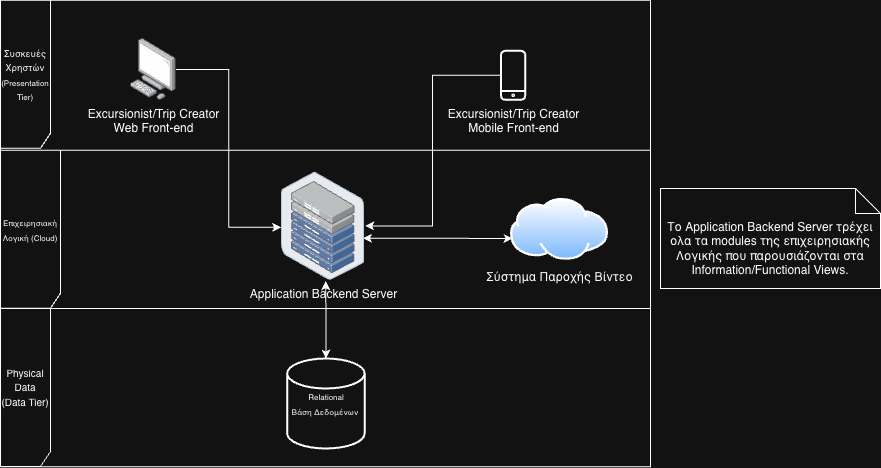
The draw.io diagram diagrams/Architecture/DeploymentView.png in SpyrosSiachamis/Travel-Platform-Project, before a commit. Source tidied: cells renumbered, new cells last; positions are measured from the earlier drawing's top-left corner, leaving out a move shared by most shapes. Its diagram source:
```xml
<mxGraphModel>
  <root>
    <mxCell id="0" />
    <mxCell id="1" parent="0" />
    <mxCell id="2" value="&lt;div&gt;&lt;font style=&quot;font-size: 8px;&quot;&gt;Επιχειρησιακή Λογική (Cloud)&lt;/font&gt;&lt;/div&gt;" style="shape=umlFrame;whiteSpace=wrap;html=1;width=60;height=158;" parent="1" vertex="1">
      <mxGeometry y="149.8" width="650" height="158.2" as="geometry" />
    </mxCell>
    <mxCell id="3" style="edgeStyle=orthogonalEdgeStyle;rounded=0;jettySize=auto;html=1;startArrow=classic;startFill=1;exitX=0.979;exitY=0.612;exitDx=0;exitDy=0;exitPerimeter=0;" parent="2" edge="1" source="4">
      <mxGeometry relative="1" as="geometry">
        <mxPoint x="512.1" y="88.2" as="targetPoint" />
      </mxGeometry>
    </mxCell>
    <mxCell id="4" value="Application Backend Server" style="image;points=[];html=1;align=center;shadow=0;dashed=0;image=img/lib/allied_telesis/storage/Datacenter_Server_Half_Rack_ToR.svg;" parent="2" vertex="1">
      <mxGeometry x="280.9" y="21.8" width="83.3" height="108.2" as="geometry" />
    </mxCell>
    <mxCell id="5" value="Σύστημα Παροχής Βίντεο" style="image;perimeter=ellipsePerimeter;html=1;align=center;shadow=0;dashed=0;spacingTop=3;image=img/lib/active_directory/internet_cloud.svg;" parent="2" vertex="1">
      <mxGeometry x="510" y="48.2" width="98.1" height="61.8" as="geometry" />
    </mxCell>
    <mxCell id="6" value="&lt;font style=&quot;font-size: 9px;&quot;&gt;Συσκευές Χρηστών&lt;/font&gt;&lt;div&gt;&lt;font style=&quot;font-size: 8px;&quot;&gt;(Presentation Tier)&lt;/font&gt;&lt;/div&gt;" style="shape=umlFrame;whiteSpace=wrap;html=1;width=50;height=148;" parent="1" vertex="1">
      <mxGeometry y="-0.2" width="650" height="150" as="geometry" />
    </mxCell>
    <mxCell id="7" value="Excursionist/Trip Creator&lt;div&gt;Web Front-end&lt;/div&gt;" style="image;points=[];html=1;align=center;shadow=0;dashed=0;image=img/lib/allied_telesis/computer_and_terminals/Personal_Computer.svg;" parent="6" vertex="1">
      <mxGeometry x="130" y="38.2" width="45.6" height="61.8" as="geometry" />
    </mxCell>
    <mxCell id="8" value="&lt;span style=&quot;background-color: rgb(18, 18, 18);&quot;&gt;Excursionist/Trip Creator&lt;/span&gt;&lt;div&gt;Mobile Front-end&lt;/div&gt;" style="sketch=0;verticalLabelPosition=bottom;sketch=0;html=1;verticalAlign=top;strokeColor=#FFFFFF;fillColor=#f5f5f5;align=center;outlineConnect=0;shape=mxgraph.citrix2.mobile;gradientColor=#b3b3b3;" parent="6" vertex="1">
      <mxGeometry x="500" y="50" width="25.3" height="50" as="geometry" />
    </mxCell>
    <mxCell id="9" style="edgeStyle=orthogonalEdgeStyle;rounded=0;jettySize=auto;html=1;entryX=-0.002;entryY=0.51;entryDx=0;entryDy=0;entryPerimeter=0;" parent="1" edge="1" source="7" target="4">
      <mxGeometry relative="1" as="geometry" />
    </mxCell>
    <mxCell id="10" style="edgeStyle=orthogonalEdgeStyle;rounded=0;jettySize=auto;html=1;entryX=1.006;entryY=0.498;entryDx=0;entryDy=0;entryPerimeter=0;" parent="1" edge="1" source="8" target="4">
      <mxGeometry relative="1" as="geometry" />
    </mxCell>
    <mxCell id="11" value="&lt;font size=&quot;1&quot;&gt;Physical Data&lt;/font&gt;&lt;div&gt;&lt;font size=&quot;1&quot;&gt;(Data Tier)&lt;/font&gt;&lt;/div&gt;" style="shape=umlFrame;whiteSpace=wrap;html=1;width=50;height=158;" parent="1" vertex="1">
      <mxGeometry y="308" width="650" height="158.2" as="geometry" />
    </mxCell>
    <mxCell id="12" value="&lt;font style=&quot;font-size: 8px;&quot;&gt;&lt;span style=&quot;background-color: transparent; color: light-dark(rgb(0, 0, 0), rgb(255, 255, 255));&quot;&gt;Relational&lt;/span&gt;&lt;br&gt;&lt;span style=&quot;background-color: transparent; color: light-dark(rgb(0, 0, 0), rgb(255, 255, 255));&quot;&gt;Βάση &lt;/span&gt;&lt;span style=&quot;background-color: transparent; color: light-dark(rgb(0, 0, 0), rgb(255, 255, 255));&quot;&gt;Δεδομένων&amp;nbsp;&lt;/span&gt;&lt;/font&gt;" style="strokeWidth=2;html=1;shape=mxgraph.flowchart.database;whiteSpace=wrap;align=center;" parent="11" vertex="1">
      <mxGeometry x="286.7" y="50" width="77.5" height="90" as="geometry" />
    </mxCell>
    <mxCell id="13" style="edgeStyle=orthogonalEdgeStyle;rounded=0;jettySize=auto;html=1;entryX=0.533;entryY=1.008;entryDx=0;entryDy=0;entryPerimeter=0;startArrow=classic;startFill=1;" parent="1" edge="1" source="12" target="4">
      <mxGeometry relative="1" as="geometry" />
    </mxCell>
    <mxCell id="14" value="Το Application Backend Server τρέχει ολα τα modules της επιχειρησιακής Λογικής που παρουσιάζονται στα Information/Functional Views." style="shape=note2;boundedLbl=1;whiteSpace=wrap;html=1;size=25;verticalAlign=top;align=center;" parent="1" vertex="1">
      <mxGeometry x="660" y="188" width="220" height="100" as="geometry" />
    </mxCell>
  </root>
</mxGraphModel>
```
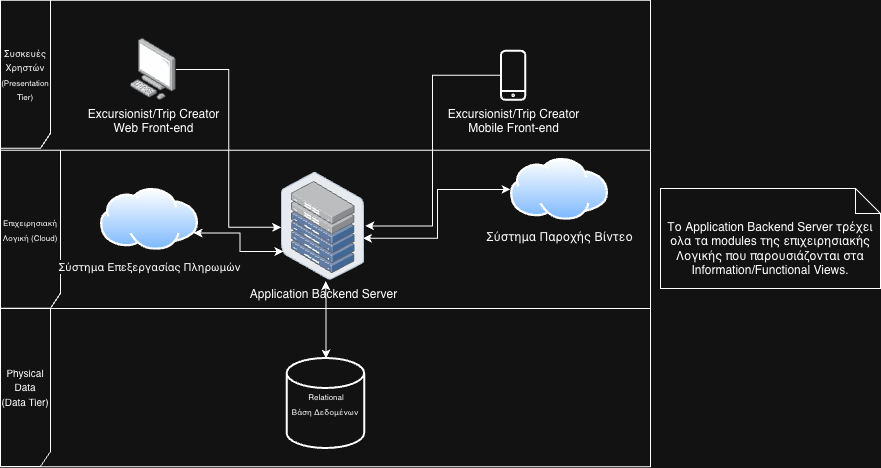
The same diagram one commit later.

Change to the diagram source:
```diff
@@ -5,43 +5,47 @@
     <mxCell id="2" value="&lt;div&gt;&lt;font style=&quot;font-size: 8px;&quot;&gt;Επιχειρησιακή Λογική (Cloud)&lt;/font&gt;&lt;/div&gt;" style="shape=umlFrame;whiteSpace=wrap;html=1;width=60;height=158;" parent="1" vertex="1">
       <mxGeometry y="149.8" width="650" height="158.2" as="geometry" />
     </mxCell>
-    <mxCell id="3" style="edgeStyle=orthogonalEdgeStyle;rounded=0;jettySize=auto;html=1;startArrow=classic;startFill=1;exitX=0.979;exitY=0.612;exitDx=0;exitDy=0;exitPerimeter=0;" parent="2" edge="1" source="4">
-      <mxGeometry relative="1" as="geometry">
-        <mxPoint x="512.1" y="88.2" as="targetPoint" />
-      </mxGeometry>
+    <mxCell id="3" style="edgeStyle=orthogonalEdgeStyle;rounded=0;jettySize=auto;html=1;startArrow=classic;startFill=1;exitX=0.979;exitY=0.612;exitDx=0;exitDy=0;exitPerimeter=0;entryX=0;entryY=0.5;entryDx=0;entryDy=0;" parent="2" edge="1" source="4" target="5">
+      <mxGeometry relative="1" as="geometry" />
     </mxCell>
     <mxCell id="4" value="Application Backend Server" style="image;points=[];html=1;align=center;shadow=0;dashed=0;image=img/lib/allied_telesis/storage/Datacenter_Server_Half_Rack_ToR.svg;" parent="2" vertex="1">
       <mxGeometry x="280.9" y="21.8" width="83.3" height="108.2" as="geometry" />
     </mxCell>
     <mxCell id="5" value="Σύστημα Παροχής Βίντεο" style="image;perimeter=ellipsePerimeter;html=1;align=center;shadow=0;dashed=0;spacingTop=3;image=img/lib/active_directory/internet_cloud.svg;" parent="2" vertex="1">
-      <mxGeometry x="510" y="48.2" width="98.1" height="61.8" as="geometry" />
+      <mxGeometry x="510" y="8.2" width="98.1" height="61.8" as="geometry" />
     </mxCell>
-    <mxCell id="6" value="&lt;font style=&quot;font-size: 9px;&quot;&gt;Συσκευές Χρηστών&lt;/font&gt;&lt;div&gt;&lt;font style=&quot;font-size: 8px;&quot;&gt;(Presentation Tier)&lt;/font&gt;&lt;/div&gt;" style="shape=umlFrame;whiteSpace=wrap;html=1;width=50;height=148;" parent="1" vertex="1">
-      <mxGeometry y="-0.2" width="650" height="150" as="geometry" />
+    <mxCell id="6" value="&lt;font style=&quot;font-size: 11px;&quot;&gt;Σύστημα Επεξεργασίας Πληρωμών&lt;/font&gt;" style="image;perimeter=ellipsePerimeter;html=1;align=center;shadow=0;dashed=0;spacingTop=3;image=img/lib/active_directory/internet_cloud.svg;" parent="2" vertex="1">
+      <mxGeometry x="100" y="38.2" width="98.1" height="61.8" as="geometry" />
     </mxCell>
-    <mxCell id="7" value="Excursionist/Trip Creator&lt;div&gt;Web Front-end&lt;/div&gt;" style="image;points=[];html=1;align=center;shadow=0;dashed=0;image=img/lib/allied_telesis/computer_and_terminals/Personal_Computer.svg;" parent="6" vertex="1">
-      <mxGeometry x="130" y="38.2" width="45.6" height="61.8" as="geometry" />
+    <mxCell id="7" style="edgeStyle=orthogonalEdgeStyle;rounded=0;jettySize=auto;html=1;exitX=1;exitY=0.75;exitDx=0;exitDy=0;entryX=0.025;entryY=0.734;entryDx=0;entryDy=0;entryPerimeter=0;startArrow=classic;startFill=1;" parent="2" edge="1" source="6" target="4">
+      <mxGeometry relative="1" as="geometry" />
     </mxCell>
-    <mxCell id="8" value="&lt;span style=&quot;background-color: rgb(18, 18, 18);&quot;&gt;Excursionist/Trip Creator&lt;/span&gt;&lt;div&gt;Mobile Front-end&lt;/div&gt;" style="sketch=0;verticalLabelPosition=bottom;sketch=0;html=1;verticalAlign=top;strokeColor=#FFFFFF;fillColor=#f5f5f5;align=center;outlineConnect=0;shape=mxgraph.citrix2.mobile;gradientColor=#b3b3b3;" parent="6" vertex="1">
-      <mxGeometry x="500" y="50" width="25.3" height="50" as="geometry" />
+    <mxCell id="8" value="&lt;font style=&quot;font-size: 9px;&quot;&gt;Συσκευές Χρηστών&lt;/font&gt;&lt;div&gt;&lt;font style=&quot;font-size: 8px;&quot;&gt;(Presentation Tier)&lt;/font&gt;&lt;/div&gt;" style="shape=umlFrame;whiteSpace=wrap;html=1;width=50;height=148;" parent="1" vertex="1">
+      <mxGeometry y="-0.2" width="650" height="150" as="geometry" />
     </mxCell>
-    <mxCell id="9" style="edgeStyle=orthogonalEdgeStyle;rounded=0;jettySize=auto;html=1;entryX=-0.002;entryY=0.51;entryDx=0;entryDy=0;entryPerimeter=0;" parent="1" edge="1" source="7" target="4">
-      <mxGeometry relative="1" as="geometry" />
+    <mxCell id="9" value="Excursionist/Trip Creator&lt;div&gt;Web Front-end&lt;/div&gt;" style="image;points=[];html=1;align=center;shadow=0;dashed=0;image=img/lib/allied_telesis/computer_and_terminals/Personal_Computer.svg;" parent="8" vertex="1">
+      <mxGeometry x="130" y="38.2" width="45.6" height="61.8" as="geometry" />
     </mxCell>
-    <mxCell id="10" style="edgeStyle=orthogonalEdgeStyle;rounded=0;jettySize=auto;html=1;entryX=1.006;entryY=0.498;entryDx=0;entryDy=0;entryPerimeter=0;" parent="1" edge="1" source="8" target="4">
-      <mxGeometry relative="1" as="geometry" />
+    <mxCell id="10" value="&lt;span style=&quot;background-color: rgb(18, 18, 18);&quot;&gt;Excursionist/Trip Creator&lt;/span&gt;&lt;div&gt;Mobile Front-end&lt;/div&gt;" style="sketch=0;verticalLabelPosition=bottom;sketch=0;html=1;verticalAlign=top;strokeColor=#FFFFFF;fillColor=#f5f5f5;align=center;outlineConnect=0;shape=mxgraph.citrix2.mobile;gradientColor=#b3b3b3;" parent="8" vertex="1">
+      <mxGeometry x="500" y="50" width="25.3" height="50" as="geometry" />
     </mxCell>
-    <mxCell id="11" value="&lt;font size=&quot;1&quot;&gt;Physical Data&lt;/font&gt;&lt;div&gt;&lt;font size=&quot;1&quot;&gt;(Data Tier)&lt;/font&gt;&lt;/div&gt;" style="shape=umlFrame;whiteSpace=wrap;html=1;width=50;height=158;" parent="1" vertex="1">
-      <mxGeometry y="308" width="650" height="158.2" as="geometry" />
+    <mxCell id="11" style="edgeStyle=orthogonalEdgeStyle;rounded=0;jettySize=auto;html=1;entryX=-0.002;entryY=0.51;entryDx=0;entryDy=0;entryPerimeter=0;" parent="1" edge="1" source="9" target="4">
+      <mxGeometry relative="1" as="geometry" />
     </mxCell>
-    <mxCell id="12" value="&lt;font style=&quot;font-size: 8px;&quot;&gt;&lt;span style=&quot;background-color: transparent; color: light-dark(rgb(0, 0, 0), rgb(255, 255, 255));&quot;&gt;Relational&lt;/span&gt;&lt;br&gt;&lt;span style=&quot;background-color: transparent; color: light-dark(rgb(0, 0, 0), rgb(255, 255, 255));&quot;&gt;Βάση &lt;/span&gt;&lt;span style=&quot;background-color: transparent; color: light-dark(rgb(0, 0, 0), rgb(255, 255, 255));&quot;&gt;Δεδομένων&amp;nbsp;&lt;/span&gt;&lt;/font&gt;" style="strokeWidth=2;html=1;shape=mxgraph.flowchart.database;whiteSpace=wrap;align=center;" parent="11" vertex="1">
-      <mxGeometry x="286.7" y="50" width="77.5" height="90" as="geometry" />
+    <mxCell id="12" style="edgeStyle=orthogonalEdgeStyle;rounded=0;jettySize=auto;html=1;entryX=1.006;entryY=0.498;entryDx=0;entryDy=0;entryPerimeter=0;" parent="1" edge="1" source="10" target="4">
+      <mxGeometry relative="1" as="geometry" />
     </mxCell>
-    <mxCell id="13" style="edgeStyle=orthogonalEdgeStyle;rounded=0;jettySize=auto;html=1;entryX=0.533;entryY=1.008;entryDx=0;entryDy=0;entryPerimeter=0;startArrow=classic;startFill=1;" parent="1" edge="1" source="12" target="4">
-      <mxGeometry relative="1" as="geometry" />
+    <mxCell id="13" value="&lt;font size=&quot;1&quot;&gt;Physical Data&lt;/font&gt;&lt;div&gt;&lt;font size=&quot;1&quot;&gt;(Data Tier)&lt;/font&gt;&lt;/div&gt;" style="shape=umlFrame;whiteSpace=wrap;html=1;width=50;height=158;" parent="1" vertex="1">
+      <mxGeometry y="308" width="650" height="158.2" as="geometry" />
     </mxCell>
-    <mxCell id="14" value="Το Application Backend Server τρέχει ολα τα modules της επιχειρησιακής Λογικής που παρουσιάζονται στα Information/Functional Views." style="shape=note2;boundedLbl=1;whiteSpace=wrap;html=1;size=25;verticalAlign=top;align=center;" parent="1" vertex="1">
-      <mxGeometry x="660" y="188" width="220" height="100" as="geometry" />
+    <mxCell id="14" value="&lt;font style=&quot;font-size: 8px;&quot;&gt;&lt;span style=&quot;background-color: transparent; color: light-dark(rgb(0, 0, 0), rgb(255, 255, 255));&quot;&gt;Relational&lt;/span&gt;&lt;br&gt;&lt;span style=&quot;background-color: transparent; color: light-dark(rgb(0, 0, 0), rgb(255, 255, 255));&quot;&gt;Βάση &lt;/span&gt;&lt;span style=&quot;background-color: transparent; color: light-dark(rgb(0, 0, 0), rgb(255, 255, 255));&quot;&gt;Δεδομένων&amp;nbsp;&lt;/span&gt;&lt;/font&gt;" style="strokeWidth=2;html=1;shape=mxgraph.flowchart.database;whiteSpace=wrap;align=center;" parent="13" vertex="1">
+      <mxGeometry x="286.7" y="50" width="77.5" height="90" as="geometry" />
     </mxCell>
+    <mxCell id="15" style="edgeStyle=orthogonalEdgeStyle;rounded=0;jettySize=auto;html=1;entryX=0.533;entryY=1.008;entryDx=0;entryDy=0;entryPerimeter=0;startArrow=classic;startFill=1;" parent="1" edge="1" source="14" target="4">
+      <mxGeometry relative="1" as="geometry" />
+    </mxCell>
+    <mxCell id="16" value="Το Application Backend Server τρέχει ολα τα modules της επιχειρησιακής Λογικής που παρουσιάζονται στα Information/Functional Views." style="shape=note2;boundedLbl=1;whiteSpace=wrap;html=1;size=25;verticalAlign=top;align=center;" parent="1" vertex="1">
+      <mxGeometry x="660" y="188" width="220" height="100" as="geometry" />
+    </mxCell>
   </root>
 </mxGraphModel>
```
